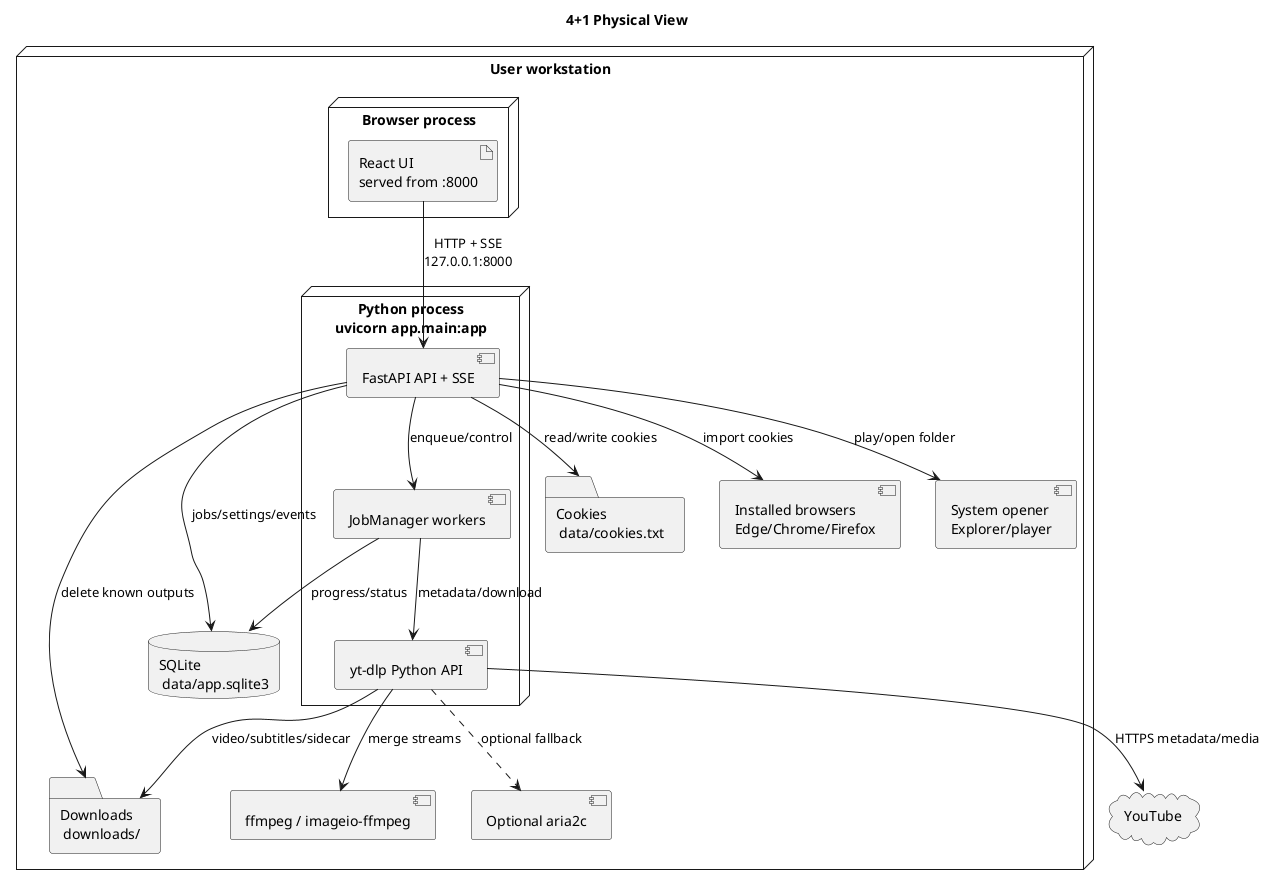
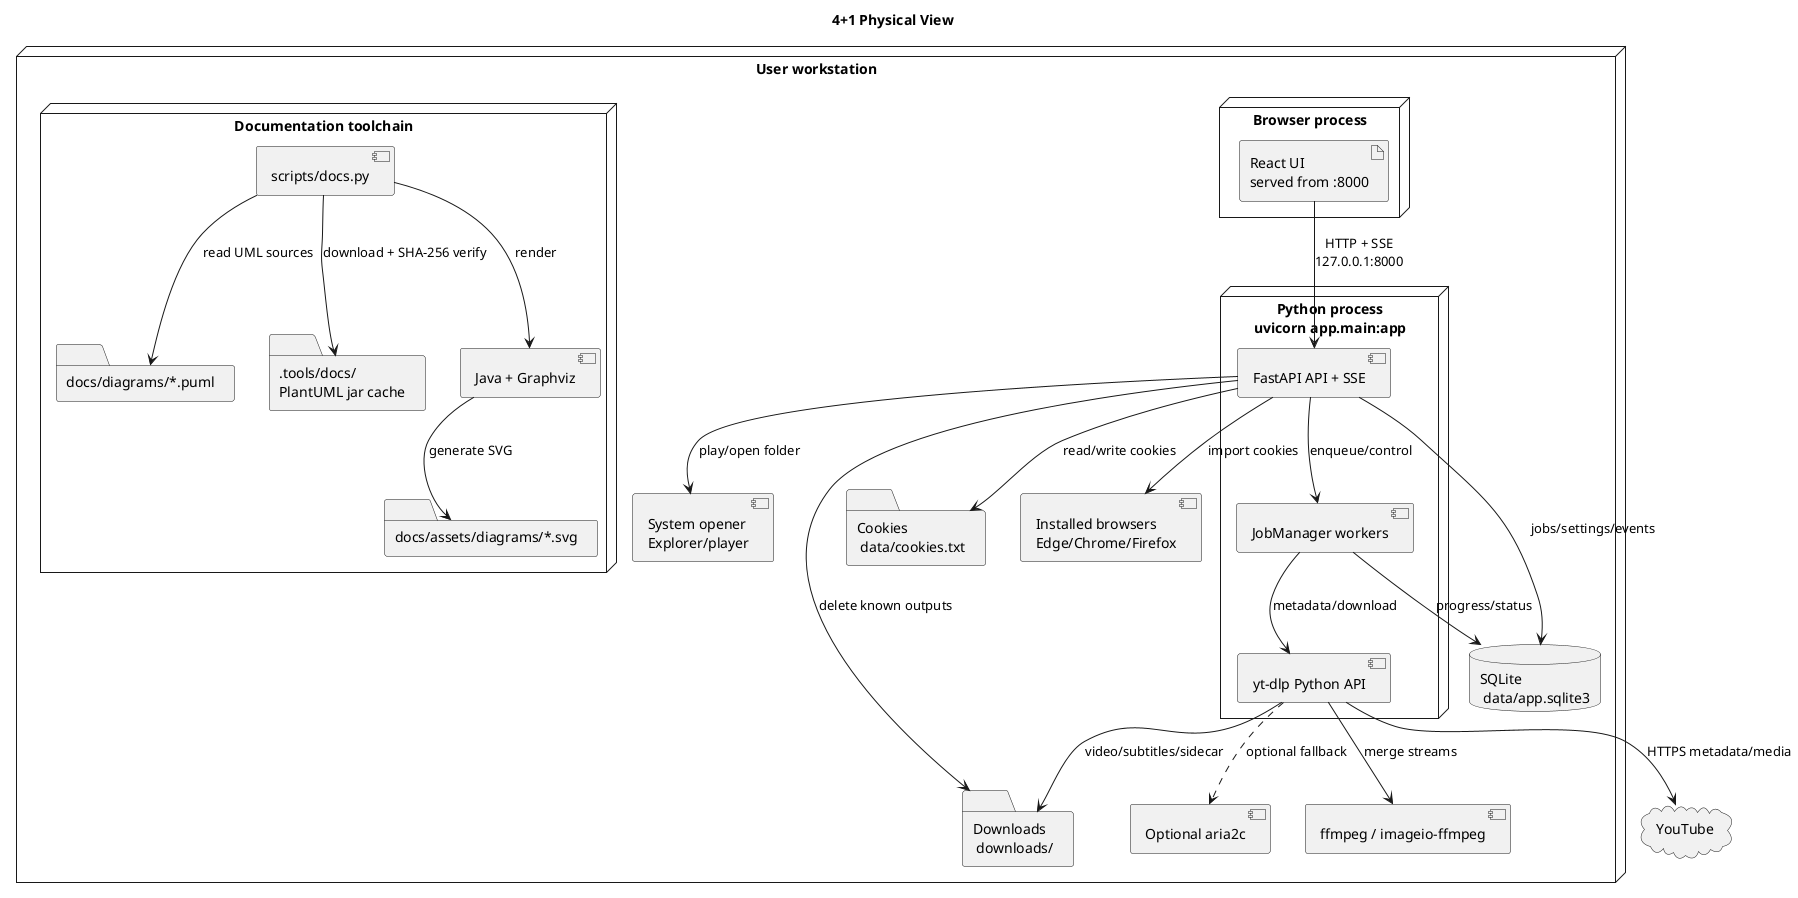
@startuml
title 4+1 Physical View
skinparam shadowing false

node "User workstation" as Workstation {
  node "Browser process" as Browser {
    artifact "React UI\nserved from :8000" as UI
  }

  node "Python process\nuvicorn app.main:app" as Python {
    component "FastAPI API + SSE" as API
    component "JobManager workers" as Workers
    component "yt-dlp Python API" as YTDLP
  }

  database "SQLite\n data/app.sqlite3" as SQLite
  folder "Downloads\n downloads/" as Downloads
  folder "Cookies\n data/cookies.txt" as CookiesFile
  component "Installed browsers\nEdge/Chrome/Firefox" as Browsers
  component "ffmpeg / imageio-ffmpeg" as FFMPEG
  component "Optional aria2c" as Aria2
  component "System opener\nExplorer/player" as Opener
+ 
+   node "Documentation toolchain" as DocsToolchain {
+     component "scripts/docs.py" as DocsScript
+     folder ".tools/docs/\nPlantUML jar cache" as PlantUMLCache
+     component "Java + Graphviz" as DocsRuntime
+     folder "docs/diagrams/*.puml" as DiagramSources
+     folder "docs/assets/diagrams/*.svg" as DiagramAssets
+   }
}

cloud "YouTube" as YouTube

UI --> API : HTTP + SSE\n127.0.0.1:8000
API --> Workers : enqueue/control
API --> SQLite : jobs/settings/events
Workers --> SQLite : progress/status
Workers --> YTDLP : metadata/download
YTDLP --> YouTube : HTTPS metadata/media
YTDLP --> Downloads : video/subtitles/sidecar
YTDLP --> FFMPEG : merge streams
YTDLP ..> Aria2 : optional fallback
API --> Browsers : import cookies
API --> CookiesFile : read/write cookies
API --> Downloads : delete known outputs
API --> Opener : play/open folder
+ DocsScript --> PlantUMLCache : download + SHA-256 verify
+ DocsScript --> DocsRuntime : render
+ DocsScript --> DiagramSources : read UML sources
+ DocsRuntime --> DiagramAssets : generate SVG
@enduml
